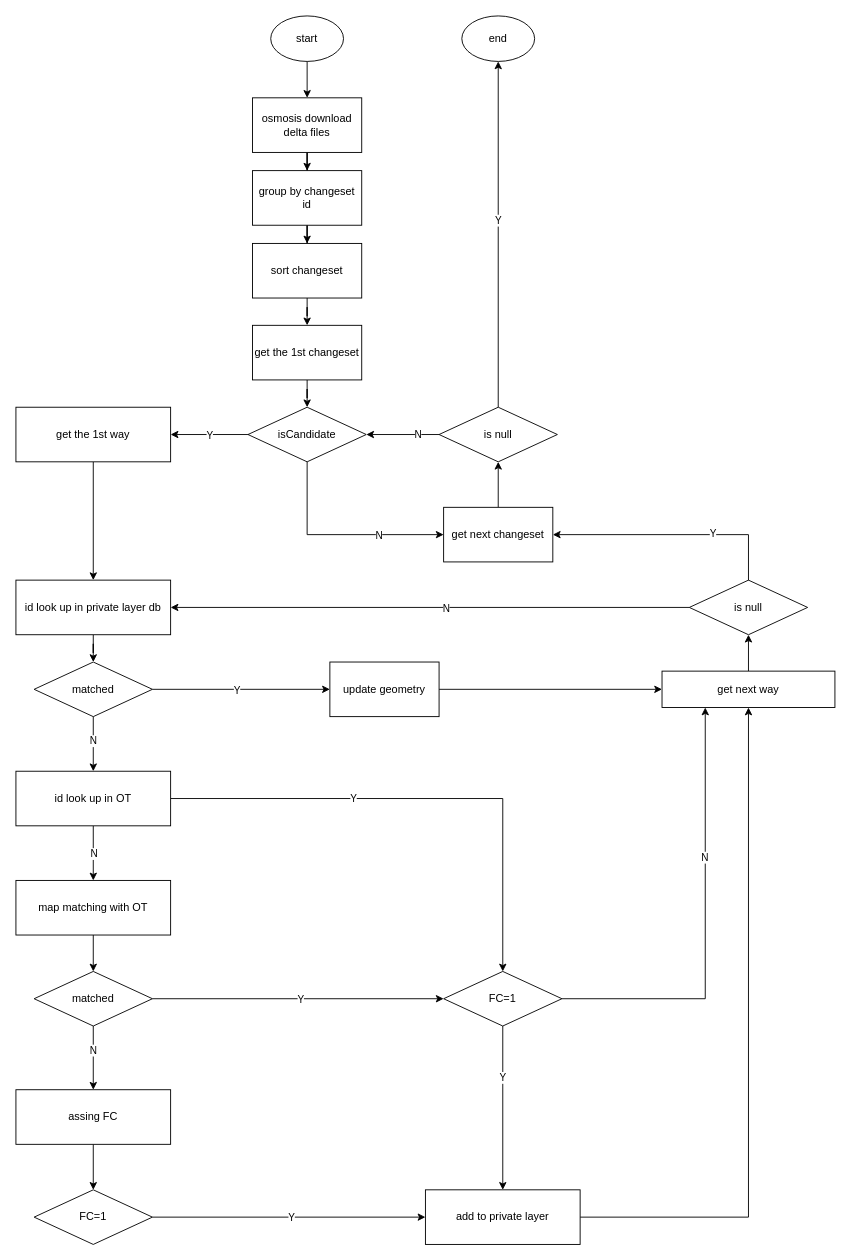
The draw.io diagram expired fc changeset.drawio in 472542625/drawio, before the edit. Source tidied: cells renumbered, new cells numbered last; positions are measured from the earlier drawing's top-left corner, leaving out a move shared by most shapes. Both pictures are drawn from the tidied source at 91%, with x=0, y=0 at pixel (15, 15).
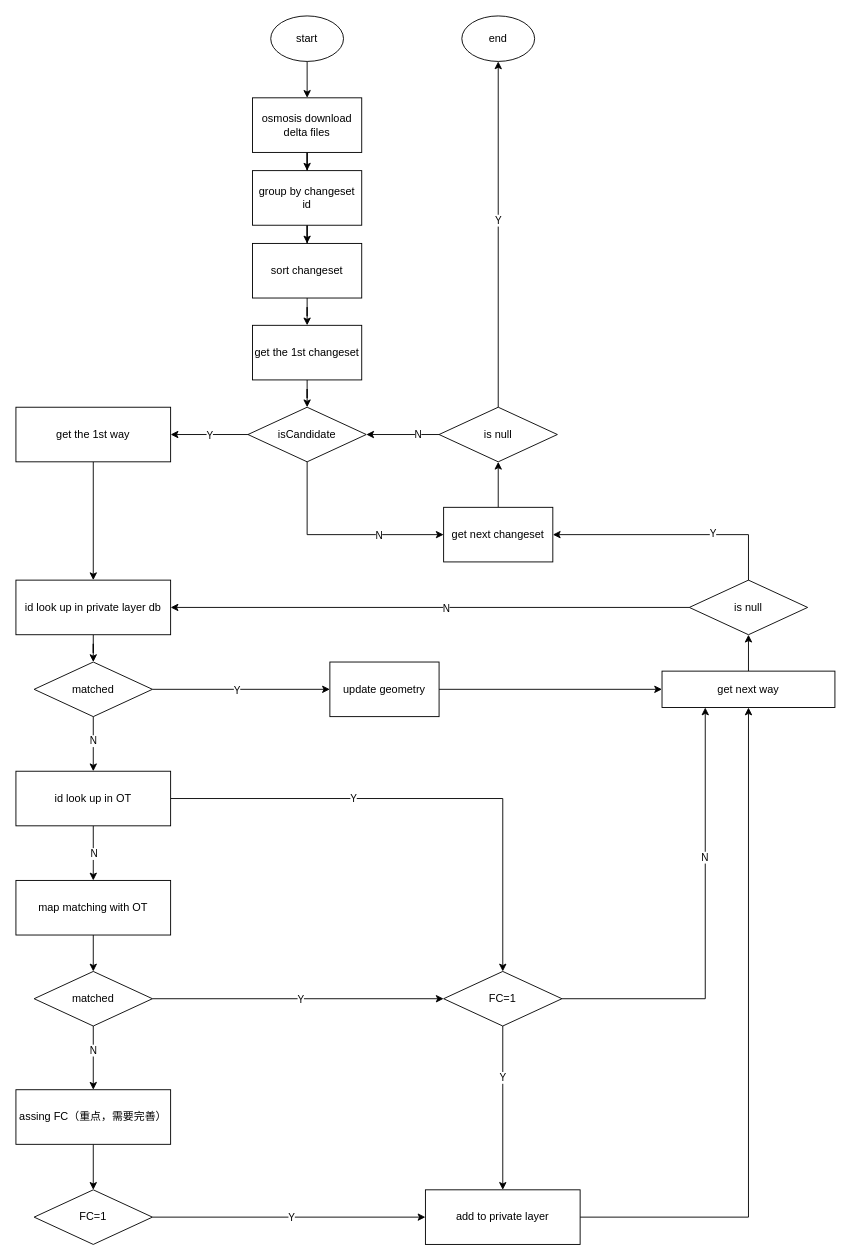
After the change.

The edit, as a diff of the source:
```diff
@@
-    <mxCell id="50" value="assing FC" style="whiteSpace=wrap;html=1;" parent="1" vertex="1">
+    <mxCell id="50" value="assing FC（重点，需要完善）" style="whiteSpace=wrap;html=1;" parent="1" vertex="1">
       <mxGeometry y="1180" width="170" height="60" as="geometry" />
     </mxCell>
```
